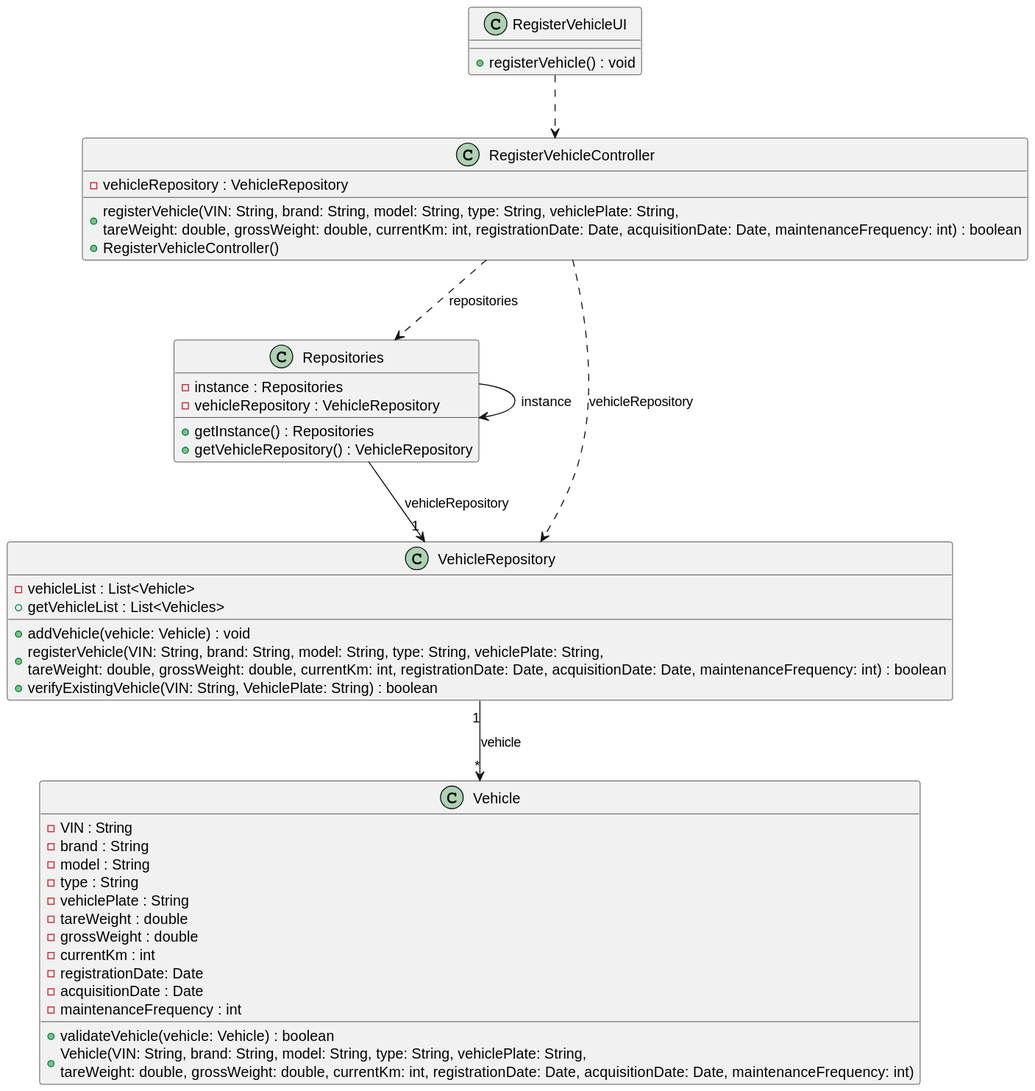
Above: docs/sprintB/us006/03.design/svg/us006-class-diagram.svg in ricardomm7/leaflink (PlantUML), before the change.
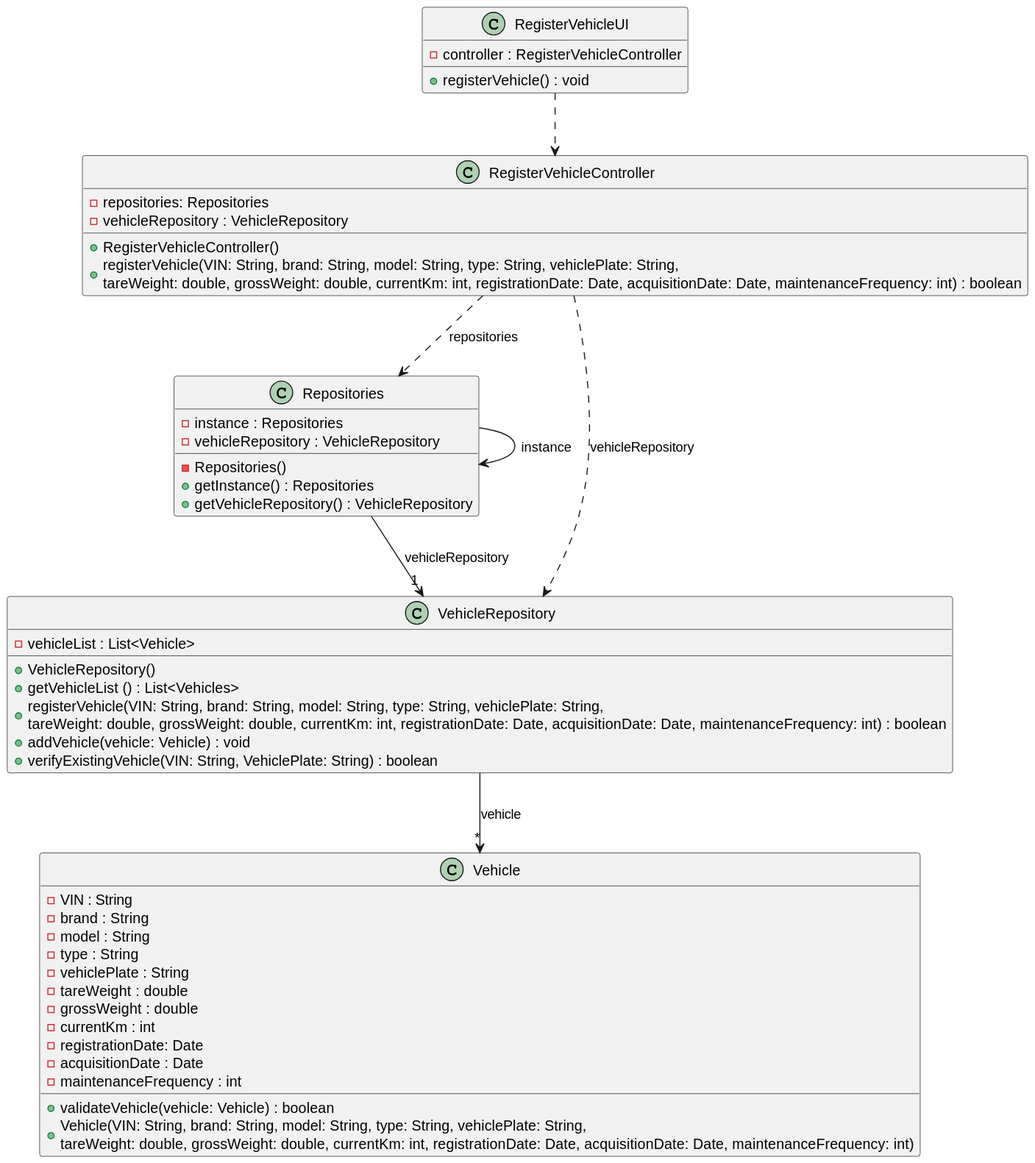
Above is the later version.

Change to the diagram source:
```diff
@@ -4,27 +4,33 @@
 
 
     class RegisterVehicleUI {
+        - controller : RegisterVehicleController
         + registerVehicle() : void
     }
 
     class RegisterVehicleController {
+        - repositories: Repositories
         - vehicleRepository : VehicleRepository
+
+        + RegisterVehicleController()
         + registerVehicle(VIN: String, brand: String, model: String, type: String, vehiclePlate: String, \ntareWeight: double, grossWeight: double, currentKm: int, registrationDate: Date, acquisitionDate: Date, maintenanceFrequency: int) : boolean
-        + RegisterVehicleController()
     }
 
     class Repositories {
         - instance : Repositories
         - vehicleRepository : VehicleRepository
+        - Repositories()
         + getInstance() : Repositories
         + getVehicleRepository() : VehicleRepository
     }
 
     class VehicleRepository {
         - vehicleList : List<Vehicle>
-        + getVehicleList : List<Vehicles>
+
+        + VehicleRepository()
+        + getVehicleList () : List<Vehicles>
+        + registerVehicle(VIN: String, brand: String, model: String, type: String, vehiclePlate: String, \ntareWeight: double, grossWeight: double, currentKm: int, registrationDate: Date, acquisitionDate: Date, maintenanceFrequency: int) : boolean
         + addVehicle(vehicle: Vehicle) : void
-        + registerVehicle(VIN: String, brand: String, model: String, type: String, vehiclePlate: String, \ntareWeight: double, grossWeight: double, currentKm: int, registrationDate: Date, acquisitionDate: Date, maintenanceFrequency: int) : boolean
         + verifyExistingVehicle(VIN: String, VehiclePlate: String) : boolean
     }
 
@@ -50,5 +56,5 @@
 Repositories --> Repositories: instance
 RegisterVehicleController ..> VehicleRepository: vehicleRepository
 Repositories --> "1"VehicleRepository: vehicleRepository
-VehicleRepository "1"-->"*" Vehicle: vehicle
+VehicleRepository -->"*" Vehicle: vehicle
 @enduml
```
